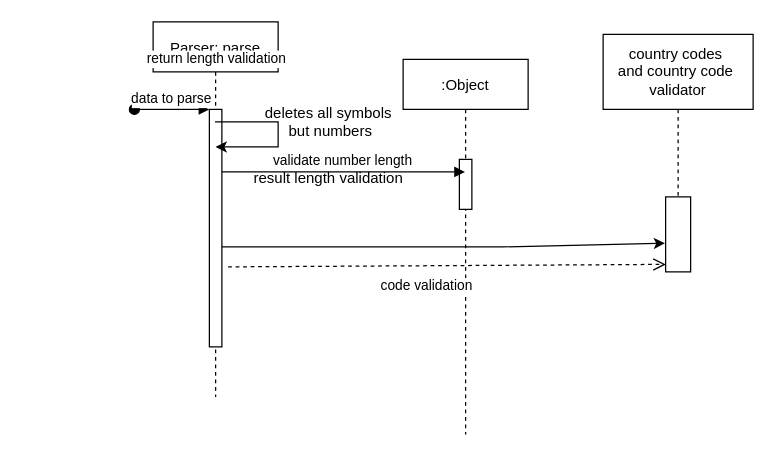
This is Untitled Diagram.drawio from jonhaul/uml-projects, a draw.io file, before an edit. Source tidied: cells renumbered, new cells numbered last; positions are measured from the earlier drawing's top-left corner, leaving out a move shared by most shapes. Both pictures are drawn from the tidied source at 125%, with x=0, y=0 at pixel (134, 21).
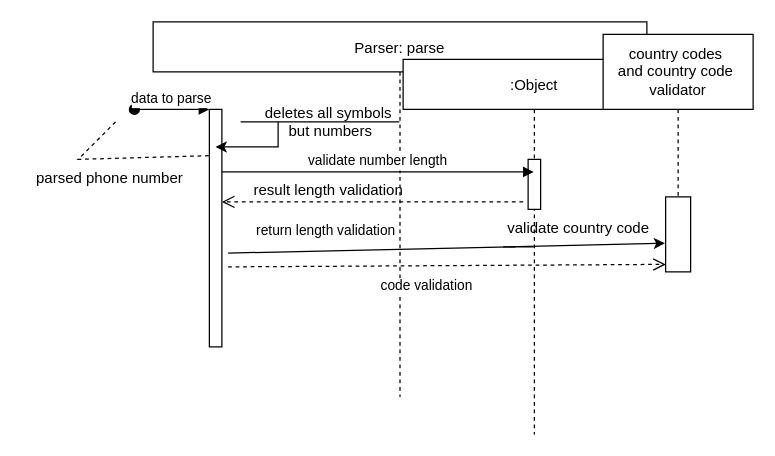
Above is the later version.

Commit message:
sequence diagram phone parser

Unchanged cells that the change refers to:
```xml
<mxCell id="3" style="points=[];perimeter=orthogonalPerimeter;rounded=0;shadow=0;strokeWidth=1;" parent="2" vertex="1">
  <mxGeometry x="45" y="70" width="10" height="190" as="geometry" />
</mxCell>
<mxCell id="15" style="rounded=0;whiteSpace=wrap;html=1;" parent="1" vertex="1">
  <mxGeometry x="425" y="140" width="20" height="60" as="geometry" />
</mxCell>
```

Diff of the diagram source:
```diff
@@
     <mxCell id="2" value="Parser: parse" style="shape=umlLifeline;perimeter=lifelinePerimeter;rounded=0;shadow=0;strokeWidth=1;" parent="1" vertex="1">
-      <mxGeometry x="15" width="100" height="300" as="geometry" />
+      <mxGeometry x="15" width="395" height="300" as="geometry" />
     </mxCell>
@@
-    <mxCell id="5" style="endArrow=classic;html=1;rounded=0;entryX=-0.025;entryY=0.617;entryDx=0;entryDy=0;entryPerimeter=0;" parent="2" edge="1" target="15">
-      <mxGeometry relative="1" as="geometry">
-        <mxPoint x="55" y="180" as="sourcePoint" />
-        <Array as="points">
-          <mxPoint x="280" y="180" />
-        </Array>
-      </mxGeometry>
-    </mxCell>
@@
-    <mxCell id="7" value=" return length validation" style="verticalAlign=bottom;endArrow=open;dashed=1;endSize=8;shadow=0;strokeWidth=1;startArrow=none;" parent="2" edge="1" source="2" target="3">
-      <mxGeometry x="0.32" y="32" relative="1" as="geometry" />
-    </mxCell>
+    <mxCell id="16" value="result length validation" style="text;html=1;align=center;verticalAlign=middle;strokeColor=none;fillColor=none;" parent="2" vertex="1">
+      <mxGeometry x="70" y="120" width="140" height="30" as="geometry" />
+    </mxCell>
     <mxCell id="8" value=":Object" style="shape=umlLifeline;perimeter=lifelinePerimeter;rounded=0;shadow=0;strokeWidth=1;" parent="1" vertex="1">
-      <mxGeometry x="215" y="30" width="100" height="300" as="geometry" />
+      <mxGeometry x="215" y="30" width="210" height="300" as="geometry" />
     </mxCell>
     <mxCell id="9" style="points=[];perimeter=orthogonalPerimeter;rounded=0;shadow=0;strokeWidth=1;" parent="8" vertex="1">
-      <mxGeometry x="45" y="80" width="10" height="40" as="geometry" />
+      <mxGeometry x="100" y="80" width="10" height="40" as="geometry" />
     </mxCell>
+    <mxCell id="17" value="validate country code" style="text;html=1;align=center;verticalAlign=middle;fillColor=none;strokeColor=none;rounded=0;" parent="8" vertex="1">
+      <mxGeometry x="70" y="120" width="140" height="30" as="geometry" />
+    </mxCell>
@@
-    <mxCell id="16" value="result length validation" style="text;html=1;align=center;verticalAlign=middle;strokeColor=none;fillColor=none;" parent="1" vertex="1">
-      <mxGeometry x="85" y="110" width="140" height="30" as="geometry" />
-    </mxCell>
+    <mxCell id="5" style="endArrow=classic;html=1;rounded=0;entryX=-0.025;entryY=0.617;entryDx=0;entryDy=0;entryPerimeter=0;startArrow=none;" parent="1" edge="1" source="8" target="15">
+      <mxGeometry relative="1" as="geometry">
+        <Array as="points">
+          <mxPoint x="295" y="180" />
+        </Array>
+      </mxGeometry>
+    </mxCell>
+    <mxCell id="18" style="endArrow=none;html=1;rounded=0;exitX=1.5;exitY=0.605;exitDx=0;exitDy=0;exitPerimeter=0;" parent="1" edge="1" source="3">
+      <mxGeometry relative="1" as="geometry">
+        <mxPoint x="305" y="180" as="targetPoint" />
+      </mxGeometry>
+    </mxCell>
+    <mxCell id="19" style="endArrow=none;dashed=1;html=1;rounded=0;entryX=0;entryY=0.195;entryDx=0;entryDy=0;entryPerimeter=0;" parent="1" edge="1" target="3">
+      <mxGeometry relative="1" as="geometry">
+        <mxPoint x="-15" y="80" as="sourcePoint" />
+        <Array as="points">
+          <mxPoint x="-45" y="110" />
+        </Array>
+      </mxGeometry>
+    </mxCell>
+    <mxCell id="20" value="parsed phone number" style="text;html=1;align=center;verticalAlign=middle;fillColor=none;strokeColor=none;rounded=0;" parent="1" vertex="1">
+      <mxGeometry x="-90" y="110" width="140" height="30" as="geometry" />
+    </mxCell>
+    <mxCell id="7" value=" return length validation" style="verticalAlign=bottom;endArrow=open;dashed=1;endSize=8;shadow=0;strokeWidth=1;startArrow=none;exitX=-0.4;exitY=0.85;exitDx=0;exitDy=0;exitPerimeter=0;" parent="1" edge="1" source="9" target="3">
+      <mxGeometry x="0.32" y="32" relative="1" as="geometry" />
+    </mxCell>
```
